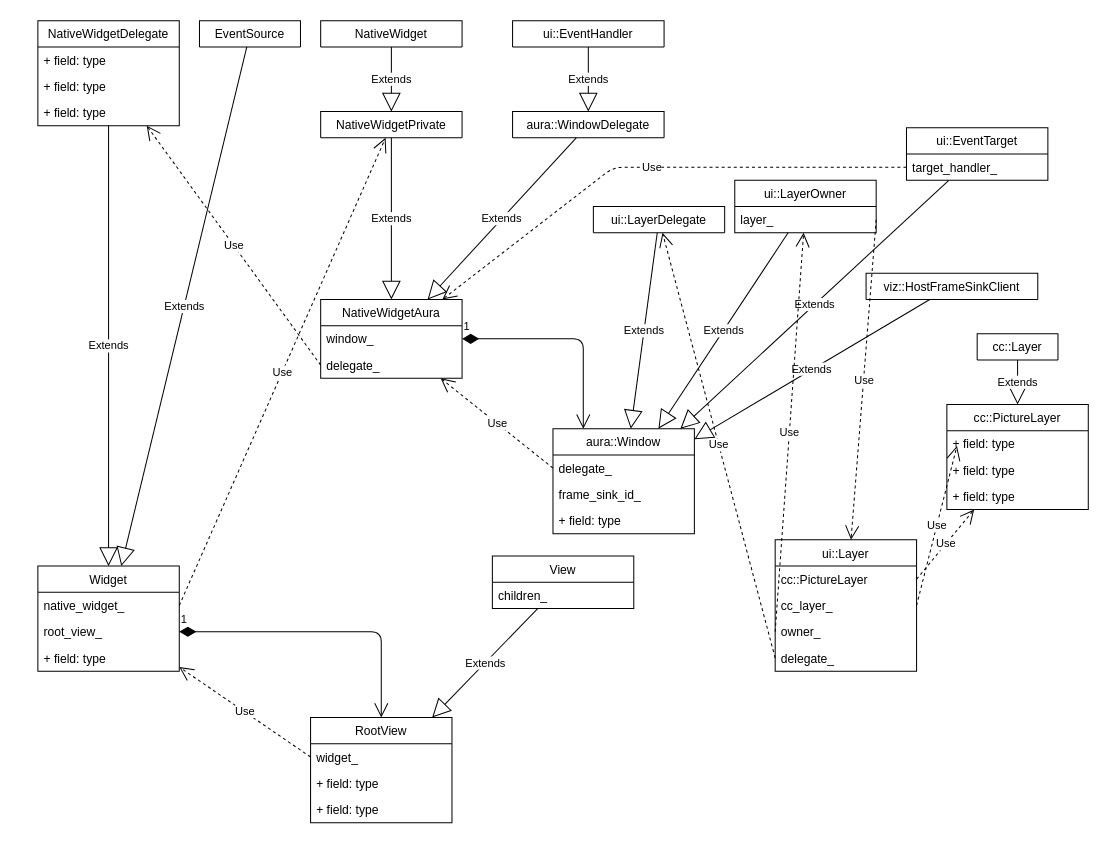
ambiesoft/gsrc keeps this draw.io diagram as page "Page-1" (1 of 2) of understanding/Widget.drawio. Above is the earlier version. Source tidied: cells renumbered, new cells numbered last; positions are measured from the earlier drawing's top-left corner, leaving out a move shared by most shapes. Both pictures are drawn from the tidied source at 101%, with x=0, y=0 at pixel (37, 20).
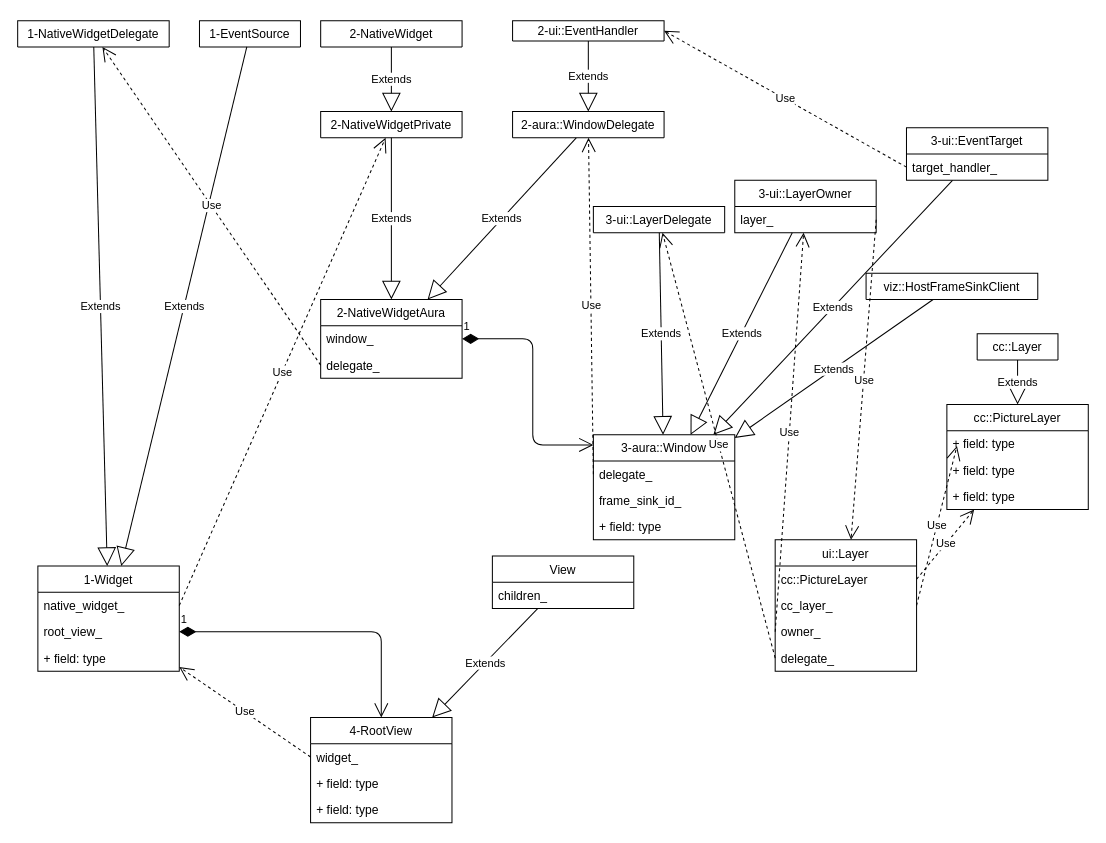
The same page after the edit.

The change refers to these unchanged cells:
```xml
<mxCell id="41" value="target_handler_" style="text;strokeColor=none;fillColor=none;align=left;verticalAlign=top;spacingLeft=4;spacingRight=4;overflow=hidden;points=[[0,0.5],[1,0.5]];portConstraint=eastwest;" parent="40" vertex="1">
  <mxGeometry y="26" width="140" height="26" as="geometry" />
</mxCell>
<mxCell id="52" value="window_" style="text;strokeColor=none;fillColor=none;align=left;verticalAlign=top;spacingLeft=4;spacingRight=4;overflow=hidden;points=[[0,0.5],[1,0.5]];portConstraint=eastwest;" parent="51" vertex="1">
  <mxGeometry y="26" width="140" height="26" as="geometry" />
</mxCell>
```

The edit, as a diff of the source:
```diff
@@
-    <mxCell id="3" value="EventSource" style="swimlane;fontStyle=0;horizontal=1;startSize=26;fillColor=none;" parent="1" vertex="1" collapsed="1">
+    <mxCell id="3" value="1-EventSource" style="swimlane;fontStyle=0;horizontal=1;startSize=26;fillColor=none;" parent="1" vertex="1" collapsed="1">
       <mxGeometry x="160" width="100" height="26" as="geometry" />
     </mxCell>
@@
-    <mxCell id="9" value="aura::Window" style="swimlane;fontStyle=0;horizontal=1;startSize=26;fillColor=none;" parent="1" vertex="1">
-      <mxGeometry x="510" y="404" width="140" height="104" as="geometry" />
-    </mxCell>
-    <mxCell id="10" value="delegate_" style="text;strokeColor=none;fillColor=none;align=left;verticalAlign=top;spacingLeft=4;spacingRight=4;overflow=hidden;points=[[0,0.5],[1,0.5]];portConstraint=eastwest;" parent="9" vertex="1">
-      <mxGeometry y="26" width="140" height="26" as="geometry" />
-    </mxCell>
-    <mxCell id="11" value="frame_sink_id_" style="text;strokeColor=none;fillColor=none;align=left;verticalAlign=top;spacingLeft=4;spacingRight=4;overflow=hidden;" parent="9" vertex="1">
-      <mxGeometry y="52" width="140" height="26" as="geometry" />
-    </mxCell>
-    <mxCell id="12" value="+ field: type" style="text;strokeColor=none;fillColor=none;align=left;verticalAlign=top;spacingLeft=4;spacingRight=4;overflow=hidden;" parent="9" vertex="1">
-      <mxGeometry y="78" width="140" height="26" as="geometry" />
-    </mxCell>
-    <mxCell id="13" value="ui::LayerDelegate" style="swimlane;fontStyle=0;horizontal=1;startSize=26;fillColor=none;" parent="1" vertex="1" collapsed="1">
+    <mxCell id="13" value="3-ui::LayerDelegate" style="swimlane;fontStyle=0;horizontal=1;startSize=26;fillColor=none;" parent="1" vertex="1" collapsed="1">
       <mxGeometry x="550" y="184" width="130" height="26" as="geometry" />
     </mxCell>
@@
-    <mxCell id="15" value="ui::LayerOwner" style="swimlane;fontStyle=0;horizontal=1;startSize=26;fillColor=none;" parent="1" vertex="1">
+    <mxCell id="15" value="3-ui::LayerOwner" style="swimlane;fontStyle=0;horizontal=1;startSize=26;fillColor=none;" parent="1" vertex="1">
       <mxGeometry x="690" y="158" width="140" height="52" as="geometry" />
     </mxCell>
@@
-    <mxCell id="21" value="Use" style="endArrow=open;endSize=12;dashed=1;html=1;exitX=0;exitY=0.5;exitDx=0;exitDy=0;" parent="1" edge="1" source="41" target="51">
-      <mxGeometry relative="1" as="geometry">
-        <Array as="points">
-          <mxPoint x="570" y="145" />
-        </Array>
-      </mxGeometry>
+    <mxCell id="21" value="Use" style="endArrow=open;endSize=12;dashed=1;html=1;exitX=0;exitY=0.5;exitDx=0;exitDy=0;entryX=1;entryY=0.5;entryDx=0;entryDy=0;" parent="1" edge="1" source="41" target="57">
+      <mxGeometry relative="1" as="geometry" />
     </mxCell>
-    <mxCell id="22" value="Use" style="endArrow=open;endSize=12;dashed=1;html=1;exitX=0;exitY=0.5;exitDx=0;exitDy=0;" parent="1" edge="1" source="10" target="51">
+    <mxCell id="22" value="Use" style="endArrow=open;endSize=12;dashed=1;html=1;exitX=0;exitY=0.5;exitDx=0;exitDy=0;" parent="1" edge="1" source="10" target="56">
       <mxGeometry relative="1" as="geometry" />
     </mxCell>
-    <mxCell id="23" value="1" style="endArrow=open;html=1;endSize=12;startArrow=diamondThin;startSize=14;startFill=1;edgeStyle=orthogonalEdgeStyle;align=left;verticalAlign=bottom;exitX=1;exitY=0.5;exitDx=0;exitDy=0;" parent="1" edge="1" source="52" target="9">
+    <mxCell id="23" value="1" style="endArrow=open;html=1;endSize=12;startArrow=diamondThin;startSize=14;startFill=1;edgeStyle=orthogonalEdgeStyle;align=left;verticalAlign=bottom;exitX=1;exitY=0.5;exitDx=0;exitDy=0;entryX=0;entryY=0.096;entryDx=0;entryDy=0;entryPerimeter=0;" parent="1" edge="1" source="52" target="9">
       <mxGeometry x="-1" y="3" relative="1" as="geometry">
         <Array as="points">
-          <mxPoint x="540" y="315" />
+          <mxPoint x="490" y="315" />
+          <mxPoint x="490" y="420" />
         </Array>
       </mxGeometry>
     </mxCell>
@@
-    <mxCell id="40" value="ui::EventTarget" style="swimlane;fontStyle=0;horizontal=1;startSize=26;fillColor=none;" parent="1" vertex="1">
+    <mxCell id="40" value="3-ui::EventTarget" style="swimlane;fontStyle=0;horizontal=1;startSize=26;fillColor=none;" parent="1" vertex="1">
       <mxGeometry x="860" y="106" width="140" height="52" as="geometry" />
     </mxCell>
@@
-    <mxCell id="42" value="Widget" style="swimlane;fontStyle=0;horizontal=1;startSize=26;fillColor=none;" parent="1" vertex="1">
+    <mxCell id="42" value="1-Widget" style="swimlane;fontStyle=0;horizontal=1;startSize=26;fillColor=none;" parent="1" vertex="1">
       <mxGeometry y="540" width="140" height="104" as="geometry" />
     </mxCell>
@@
-    <mxCell id="51" value="NativeWidgetAura" style="swimlane;fontStyle=0;horizontal=1;startSize=26;fillColor=none;" parent="1" vertex="1">
+    <mxCell id="51" value="2-NativeWidgetAura" style="swimlane;fontStyle=0;horizontal=1;startSize=26;fillColor=none;" parent="1" vertex="1">
       <mxGeometry x="280" y="276" width="140" height="78" as="geometry" />
     </mxCell>
@@
-    <mxCell id="54" value="NativeWidgetPrivate" style="swimlane;fontStyle=0;horizontal=1;startSize=26;fillColor=none;" parent="1" vertex="1" collapsed="1">
+    <mxCell id="54" value="2-NativeWidgetPrivate" style="swimlane;fontStyle=0;horizontal=1;startSize=26;fillColor=none;" parent="1" vertex="1" collapsed="1">
       <mxGeometry x="280" y="90" width="140" height="26" as="geometry" />
     </mxCell>
-    <mxCell id="55" value="NativeWidget" style="swimlane;fontStyle=0;horizontal=1;startSize=26;fillColor=none;" parent="1" vertex="1" collapsed="1">
+    <mxCell id="55" value="2-NativeWidget" style="swimlane;fontStyle=0;horizontal=1;startSize=26;fillColor=none;" parent="1" vertex="1" collapsed="1">
       <mxGeometry x="280" width="140" height="26" as="geometry" />
     </mxCell>
-    <mxCell id="56" value="aura::WindowDelegate" style="swimlane;fontStyle=0;horizontal=1;startSize=26;fillColor=none;" parent="1" vertex="1" collapsed="1">
+    <mxCell id="56" value="2-aura::WindowDelegate" style="swimlane;fontStyle=0;horizontal=1;startSize=26;fillColor=none;" parent="1" vertex="1" collapsed="1">
       <mxGeometry x="470" y="90" width="150" height="26" as="geometry" />
     </mxCell>
-    <mxCell id="57" value="ui::EventHandler" style="swimlane;fontStyle=0;horizontal=1;startSize=26;fillColor=none;" parent="1" vertex="1" collapsed="1">
-      <mxGeometry x="470" width="150" height="26" as="geometry" />
+    <mxCell id="57" value="2-ui::EventHandler" style="swimlane;fontStyle=0;horizontal=1;startSize=20;fillColor=none;" parent="1" vertex="1" collapsed="1">
+      <mxGeometry x="470" width="150" height="20" as="geometry" />
     </mxCell>
-    <mxCell id="58" value="RootView" style="swimlane;fontStyle=0;horizontal=1;startSize=26;fillColor=none;" parent="1" vertex="1">
+    <mxCell id="58" value="4-RootView" style="swimlane;fontStyle=0;horizontal=1;startSize=26;fillColor=none;" parent="1" vertex="1">
       <mxGeometry x="270" y="690" width="140" height="104" as="geometry" />
     </mxCell>
@@
-    <mxCell id="62" value="NativeWidgetDelegate" style="swimlane;fontStyle=0;horizontal=1;startSize=26;fillColor=none;" parent="1" vertex="1">
-      <mxGeometry width="140" height="104" as="geometry" />
+    <mxCell id="62" value="1-NativeWidgetDelegate" style="swimlane;fontStyle=0;horizontal=1;startSize=26;fillColor=none;" parent="1" vertex="1" collapsed="1">
+      <mxGeometry x="-20" width="150" height="26" as="geometry" />
     </mxCell>
-    <mxCell id="63" value="+ field: type" style="text;strokeColor=none;fillColor=none;align=left;verticalAlign=top;spacingLeft=4;spacingRight=4;overflow=hidden;" parent="62" vertex="1">
-      <mxGeometry y="26" width="140" height="26" as="geometry" />
-    </mxCell>
-    <mxCell id="64" value="+ field: type" style="text;strokeColor=none;fillColor=none;align=left;verticalAlign=top;spacingLeft=4;spacingRight=4;overflow=hidden;" parent="62" vertex="1">
-      <mxGeometry y="52" width="140" height="26" as="geometry" />
-    </mxCell>
-    <mxCell id="65" value="+ field: type" style="text;strokeColor=none;fillColor=none;align=left;verticalAlign=top;spacingLeft=4;spacingRight=4;overflow=hidden;" parent="62" vertex="1">
-      <mxGeometry y="78" width="140" height="26" as="geometry" />
-    </mxCell>
@@
+    <mxCell id="9" value="3-aura::Window" style="swimlane;fontStyle=0;horizontal=1;startSize=26;fillColor=none;" parent="1" vertex="1">
+      <mxGeometry x="550" y="410" width="140" height="104" as="geometry" />
+    </mxCell>
+    <mxCell id="10" value="delegate_" style="text;strokeColor=none;fillColor=none;align=left;verticalAlign=top;spacingLeft=4;spacingRight=4;overflow=hidden;points=[[0,0.5],[1,0.5]];portConstraint=eastwest;" parent="9" vertex="1">
+      <mxGeometry y="26" width="140" height="26" as="geometry" />
+    </mxCell>
+    <mxCell id="11" value="frame_sink_id_" style="text;strokeColor=none;fillColor=none;align=left;verticalAlign=top;spacingLeft=4;spacingRight=4;overflow=hidden;" parent="9" vertex="1">
+      <mxGeometry y="52" width="140" height="26" as="geometry" />
+    </mxCell>
+    <mxCell id="12" value="+ field: type" style="text;strokeColor=none;fillColor=none;align=left;verticalAlign=top;spacingLeft=4;spacingRight=4;overflow=hidden;" parent="9" vertex="1">
+      <mxGeometry y="78" width="140" height="26" as="geometry" />
+    </mxCell>
```
